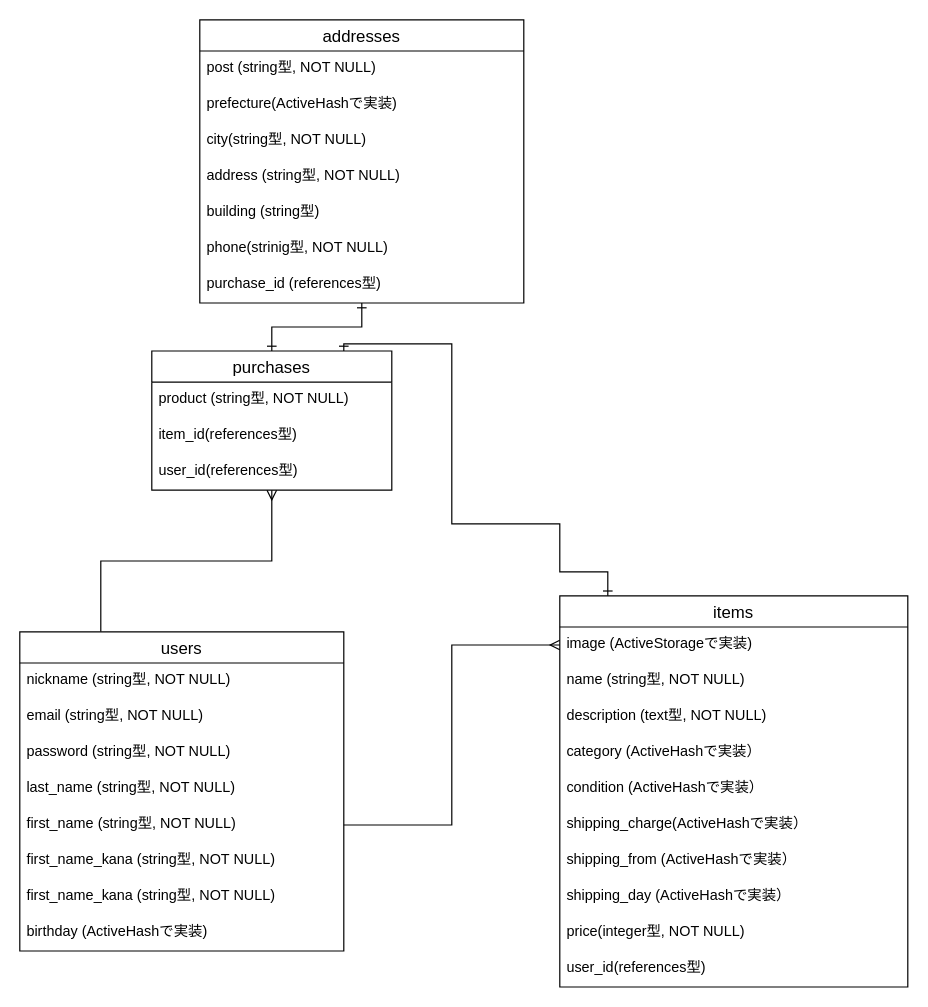
Earlier version of the draw.io diagram furima.dio (yuki-b4/furima-32983). Source tidied: cells renumbered, new cells numbered last; positions are measured from the earlier drawing's top-left corner, leaving out a move shared by most shapes. Both pictures are drawn from the tidied source at 120%, with x=0, y=0 at pixel (19, 19).
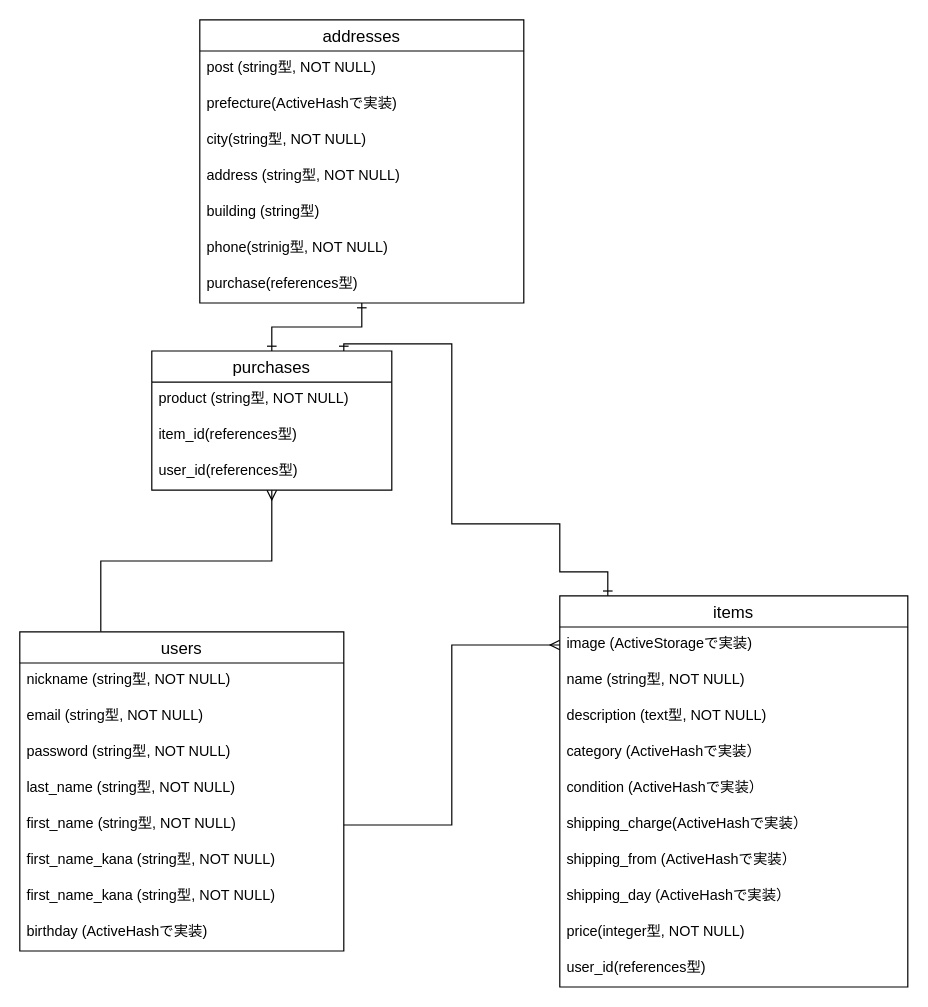
After the change.

Commit message (it also covers changes not shown here):
READMEとER図の修正(4)

Unchanged cells that the change refers to:
```xml
<mxCell id="25" value="addresses" style="swimlane;fontStyle=0;horizontal=1;startSize=26;align=center;fontSize=14;" parent="1" vertex="1">
  <mxGeometry x="150" width="270" height="236" as="geometry" />
</mxCell>
```

Diff of the diagram source:
```diff
@@
-    <mxCell id="32" value="purchase_id (references型)" style="text;strokeColor=none;fillColor=none;spacingLeft=4;spacingRight=4;overflow=hidden;fontSize=12;" parent="25" vertex="1">
+    <mxCell id="32" value="purchase(references型)" style="text;strokeColor=none;fillColor=none;spacingLeft=4;spacingRight=4;overflow=hidden;fontSize=12;" parent="25" vertex="1">
       <mxGeometry y="206" width="270" height="30" as="geometry" />
     </mxCell>
```
